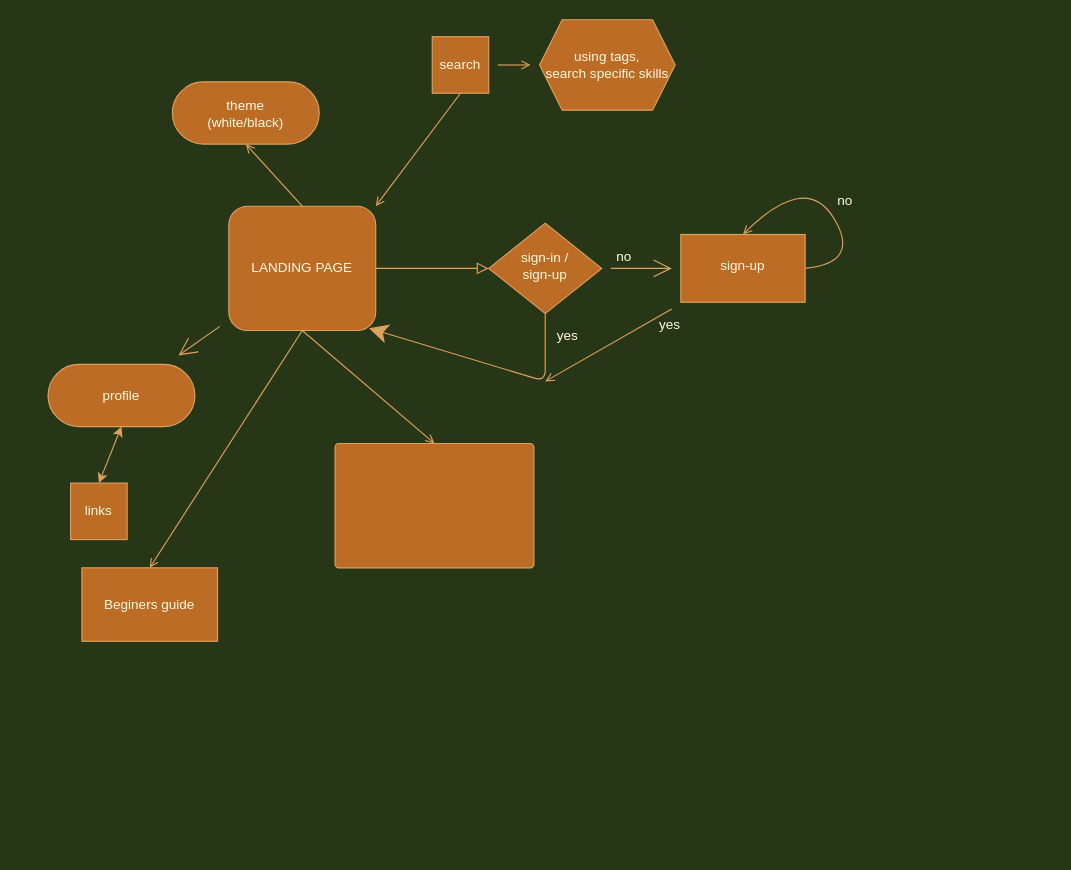
Before: Untitled Diagram.drawio in rahulrg1/linclon, a draw.io diagram. Source tidied: cells renumbered, new cells numbered last; positions are measured from the earlier drawing's top-left corner, leaving out a move shared by most shapes. Both pictures are drawn from the tidied source at 113%, with x=0, y=0 at pixel (47, 19).
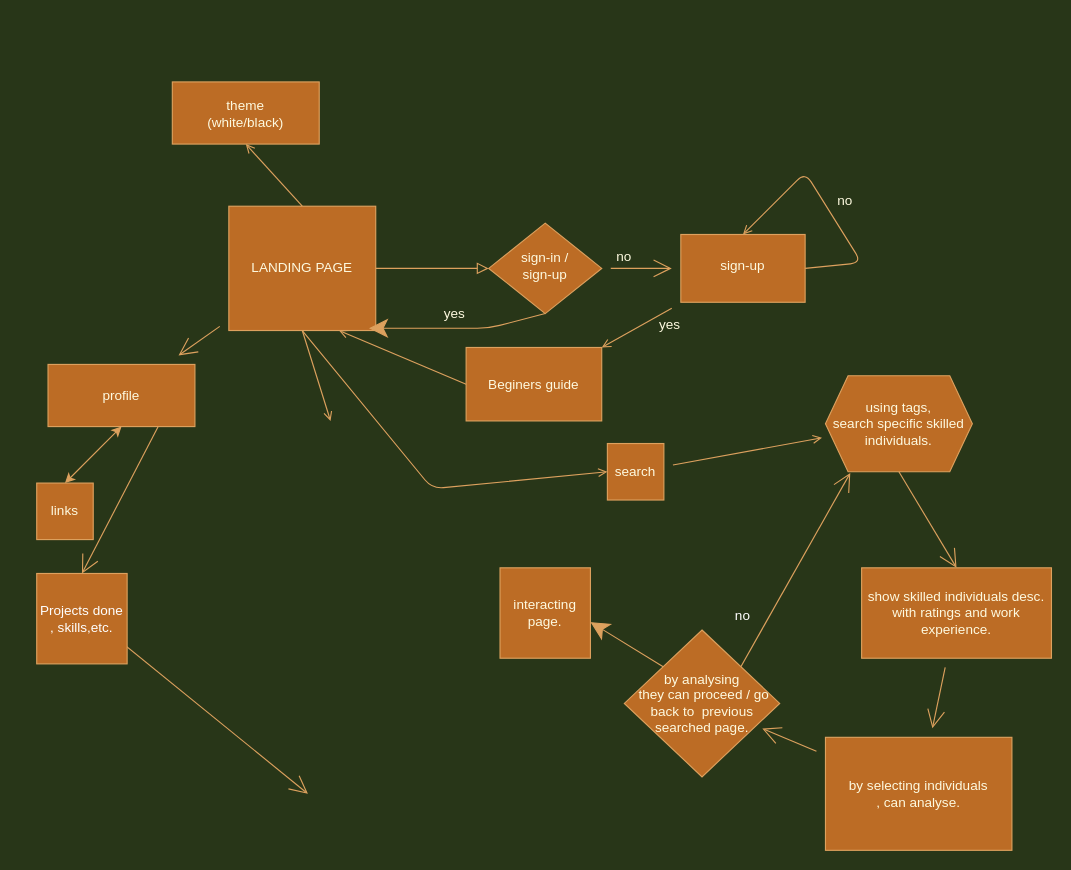
After the change.

Unchanged cells that the change refers to:
```xml
<mxCell id="8" value="sign-in /&lt;br&gt;sign-up&lt;br&gt;" style="rhombus;whiteSpace=wrap;html=1;shadow=0;fontFamily=Helvetica;fontSize=12;align=center;strokeWidth=1;spacing=6;spacingTop=-4;fillColor=#BC6C25;strokeColor=#DDA15E;fontColor=#FEFAE0;" parent="1" vertex="1">
  <mxGeometry x="390" y="180" width="100" height="80" as="geometry" />
</mxCell>
<mxCell id="12" value="sign-up" style="whiteSpace=wrap;html=1;shadow=0;fontColor=#FEFAE0;strokeColor=#DDA15E;strokeWidth=1;fillColor=#BC6C25;spacing=6;spacingTop=-4;" parent="1" vertex="1">
  <mxGeometry x="560" y="190" width="110" height="60" as="geometry" />
</mxCell>
```

Diff of the diagram source:
```diff
@@
-    <mxCell id="2" value="theme&lt;br&gt;(white/black)" style="rounded=1;whiteSpace=wrap;html=1;sketch=0;hachureGap=4;fontColor=#FEFAE0;strokeColor=#DDA15E;fillColor=#BC6C25;arcSize=50;" parent="1" vertex="1">
+    <mxCell id="2" value="theme&lt;br&gt;(white/black)" style="whiteSpace=wrap;html=1;hachureGap=4;fontColor=#FEFAE0;strokeColor=#DDA15E;fillColor=#BC6C25;arcSize=50;" parent="1" vertex="1">
       <mxGeometry x="110" y="55" width="130" height="55" as="geometry" />
     </mxCell>
-    <mxCell id="3" style="edgeStyle=none;curved=1;rounded=1;sketch=0;jettySize=auto;html=1;exitX=0.5;exitY=1;exitDx=0;exitDy=0;entryX=1;entryY=0;entryDx=0;entryDy=0;fontColor=#FEFAE0;endArrow=open;sourcePerimeterSpacing=8;targetPerimeterSpacing=8;strokeColor=#DDA15E;fillColor=#BC6C25;" parent="1" edge="1" source="5" target="17">
-      <mxGeometry relative="1" as="geometry" />
+    <mxCell id="3" style="edgeStyle=none;jettySize=auto;html=1;fontColor=#FEFAE0;endArrow=open;sourcePerimeterSpacing=8;targetPerimeterSpacing=8;strokeColor=#DDA15E;fillColor=#BC6C25;entryX=0;entryY=0.5;entryDx=0;entryDy=0;exitX=0.5;exitY=1;exitDx=0;exitDy=0;labelBackgroundColor=#283618;" parent="1" edge="1" source="17" target="5">
+      <mxGeometry relative="1" as="geometry">
+        <Array as="points">
+          <mxPoint x="340" y="415" />
+        </Array>
+      </mxGeometry>
     </mxCell>
-    <mxCell id="4" style="edgeStyle=none;curved=1;rounded=1;sketch=0;jettySize=auto;html=1;fontColor=#FEFAE0;endArrow=open;sourcePerimeterSpacing=8;targetPerimeterSpacing=8;strokeColor=#DDA15E;fillColor=#BC6C25;" parent="1" edge="1" source="5" target="25">
+    <mxCell id="4" style="edgeStyle=none;jettySize=auto;html=1;fontColor=#FEFAE0;endArrow=open;sourcePerimeterSpacing=8;targetPerimeterSpacing=8;strokeColor=#DDA15E;fillColor=#BC6C25;labelBackgroundColor=#283618;" parent="1" edge="1" source="5" target="25">
       <mxGeometry relative="1" as="geometry" />
     </mxCell>
-    <mxCell id="5" value="search" style="whiteSpace=wrap;html=1;rounded=0;sketch=0;hachureGap=4;fontColor=#FEFAE0;strokeColor=#DDA15E;fillColor=#BC6C25;" parent="1" vertex="1">
-      <mxGeometry x="340" y="15" width="50" height="50" as="geometry" />
+    <mxCell id="5" value="search" style="whiteSpace=wrap;html=1;hachureGap=4;fontColor=#FEFAE0;strokeColor=#DDA15E;fillColor=#BC6C25;" parent="1" vertex="1">
+      <mxGeometry x="495" y="375" width="50" height="50" as="geometry" />
     </mxCell>
-    <mxCell id="6" style="rounded=0;html=1;jettySize=auto;fontSize=11;endArrow=block;endFill=0;endSize=8;strokeWidth=1;shadow=0;labelBackgroundColor=none;edgeStyle=orthogonalEdgeStyle;strokeColor=#DDA15E;fontColor=#FEFAE0;exitX=1;exitY=0.5;exitDx=0;exitDy=0;" parent="1" edge="1" source="17" target="8">
+    <mxCell id="6" style="html=1;jettySize=auto;fontSize=11;endArrow=block;endFill=0;endSize=8;strokeWidth=1;shadow=0;labelBackgroundColor=none;edgeStyle=orthogonalEdgeStyle;strokeColor=#DDA15E;fontColor=#FEFAE0;exitX=1;exitY=0.5;exitDx=0;exitDy=0;" parent="1" edge="1" source="17" target="8">
       <mxGeometry relative="1" as="geometry" />
     </mxCell>
-    <mxCell id="7" style="edgeStyle=none;curved=1;rounded=1;sketch=0;jettySize=auto;html=1;fontColor=#FEFAE0;endArrow=open;startSize=14;endSize=14;sourcePerimeterSpacing=8;targetPerimeterSpacing=8;strokeColor=#DDA15E;fillColor=#BC6C25;" parent="1" edge="1" source="8" target="12">
+    <mxCell id="7" style="edgeStyle=none;jettySize=auto;html=1;fontColor=#FEFAE0;endArrow=open;startSize=14;endSize=14;sourcePerimeterSpacing=8;targetPerimeterSpacing=8;strokeColor=#DDA15E;fillColor=#BC6C25;labelBackgroundColor=#283618;" parent="1" edge="1" source="8" target="12">
       <mxGeometry relative="1" as="geometry" />
     </mxCell>
@@
-    <mxCell id="9" value="yes&lt;br&gt;" style="text;html=1;strokeColor=none;fillColor=none;align=center;verticalAlign=middle;whiteSpace=wrap;rounded=0;sketch=0;hachureGap=4;fontColor=#FEFAE0;" parent="1" vertex="1">
-      <mxGeometry x="440" y="270" width="40" height="20" as="geometry" />
+    <mxCell id="9" value="yes&lt;br&gt;" style="text;html=1;strokeColor=none;fillColor=none;align=center;verticalAlign=middle;whiteSpace=wrap;hachureGap=4;fontColor=#FEFAE0;" parent="1" vertex="1">
+      <mxGeometry x="340" y="250" width="40" height="20" as="geometry" />
     </mxCell>
-    <mxCell id="10" style="edgeStyle=none;curved=1;rounded=1;sketch=0;jettySize=auto;html=1;fontColor=#FEFAE0;endArrow=open;sourcePerimeterSpacing=8;targetPerimeterSpacing=8;strokeColor=#DDA15E;fillColor=#BC6C25;" parent="1" edge="1" source="12">
-      <mxGeometry relative="1" as="geometry">
-        <mxPoint x="440" y="320" as="targetPoint" />
-      </mxGeometry>
+    <mxCell id="10" style="edgeStyle=none;jettySize=auto;html=1;fontColor=#FEFAE0;endArrow=open;sourcePerimeterSpacing=8;targetPerimeterSpacing=8;strokeColor=#DDA15E;fillColor=#BC6C25;entryX=1;entryY=0;entryDx=0;entryDy=0;labelBackgroundColor=#283618;" parent="1" edge="1" source="12" target="26">
+      <mxGeometry relative="1" as="geometry" />
     </mxCell>
-    <mxCell id="11" style="edgeStyle=none;curved=1;rounded=1;sketch=0;orthogonalLoop=1;jettySize=auto;html=1;fontColor=#FEFAE0;endArrow=open;sourcePerimeterSpacing=8;targetPerimeterSpacing=8;strokeColor=#DDA15E;fillColor=#BC6C25;entryX=0.5;entryY=0;entryDx=0;entryDy=0;exitX=1;exitY=0.5;exitDx=0;exitDy=0;" parent="1" edge="1" source="12" target="12">
+    <mxCell id="11" style="edgeStyle=none;orthogonalLoop=1;jettySize=auto;html=1;fontColor=#FEFAE0;endArrow=open;sourcePerimeterSpacing=8;targetPerimeterSpacing=8;strokeColor=#DDA15E;fillColor=#BC6C25;entryX=0.5;entryY=0;entryDx=0;entryDy=0;exitX=1;exitY=0.5;exitDx=0;exitDy=0;labelBackgroundColor=#283618;" parent="1" edge="1" source="12" target="12">
       <mxGeometry relative="1" as="geometry">
         <Array as="points">
           <mxPoint x="720" y="215" />
           <mxPoint x="670" y="135" />
         </Array>
       </mxGeometry>
     </mxCell>
@@
-    <mxCell id="13" style="edgeStyle=none;curved=1;rounded=1;sketch=0;jettySize=auto;html=1;fontColor=#FEFAE0;endArrow=open;startSize=14;endSize=14;sourcePerimeterSpacing=8;targetPerimeterSpacing=8;strokeColor=#DDA15E;fillColor=#BC6C25;" parent="1" edge="1" source="17" target="21">
+    <mxCell id="13" style="edgeStyle=none;jettySize=auto;html=1;fontColor=#FEFAE0;endArrow=open;startSize=14;endSize=14;sourcePerimeterSpacing=8;targetPerimeterSpacing=8;strokeColor=#DDA15E;fillColor=#BC6C25;labelBackgroundColor=#283618;" parent="1" edge="1" source="17" target="21">
       <mxGeometry relative="1" as="geometry" />
     </mxCell>
-    <mxCell id="14" style="edgeStyle=none;curved=1;rounded=1;sketch=0;jettySize=auto;html=1;exitX=0.5;exitY=0;exitDx=0;exitDy=0;fontColor=#FEFAE0;endArrow=open;sourcePerimeterSpacing=8;targetPerimeterSpacing=8;strokeColor=#DDA15E;fillColor=#BC6C25;entryX=0.5;entryY=1;entryDx=0;entryDy=0;" parent="1" edge="1" source="17" target="2">
+    <mxCell id="14" style="edgeStyle=none;jettySize=auto;html=1;exitX=0.5;exitY=0;exitDx=0;exitDy=0;fontColor=#FEFAE0;endArrow=open;sourcePerimeterSpacing=8;targetPerimeterSpacing=8;strokeColor=#DDA15E;fillColor=#BC6C25;entryX=0.5;entryY=1;entryDx=0;entryDy=0;labelBackgroundColor=#283618;" parent="1" edge="1" source="17" target="2">
       <mxGeometry relative="1" as="geometry" />
     </mxCell>
-    <mxCell id="15" style="edgeStyle=none;curved=1;rounded=1;sketch=0;jettySize=auto;html=1;exitX=0.5;exitY=1;exitDx=0;exitDy=0;entryX=0.5;entryY=0;entryDx=0;entryDy=0;fontColor=#FEFAE0;endArrow=open;sourcePerimeterSpacing=8;targetPerimeterSpacing=8;strokeColor=#DDA15E;fillColor=#BC6C25;" parent="1" edge="1" source="17" target="26">
+    <mxCell id="15" style="edgeStyle=none;jettySize=auto;html=1;exitX=0;exitY=0.5;exitDx=0;exitDy=0;fontColor=#FEFAE0;endArrow=open;sourcePerimeterSpacing=8;targetPerimeterSpacing=8;strokeColor=#DDA15E;fillColor=#BC6C25;entryX=0.75;entryY=1;entryDx=0;entryDy=0;labelBackgroundColor=#283618;" parent="1" edge="1" source="26" target="17">
       <mxGeometry relative="1" as="geometry" />
     </mxCell>
-    <mxCell id="16" style="edgeStyle=none;curved=1;rounded=1;sketch=0;jettySize=auto;html=1;exitX=0.5;exitY=1;exitDx=0;exitDy=0;fontColor=#FEFAE0;endArrow=open;sourcePerimeterSpacing=8;targetPerimeterSpacing=8;strokeColor=#DDA15E;fillColor=#BC6C25;entryX=0.5;entryY=0;entryDx=0;entryDy=0;" parent="1" edge="1" source="17" target="27">
-      <mxGeometry relative="1" as="geometry" />
+    <mxCell id="16" style="edgeStyle=none;jettySize=auto;html=1;exitX=0.5;exitY=1;exitDx=0;exitDy=0;fontColor=#FEFAE0;endArrow=open;sourcePerimeterSpacing=8;targetPerimeterSpacing=8;strokeColor=#DDA15E;fillColor=#BC6C25;labelBackgroundColor=#283618;" parent="1" edge="1" source="17">
+      <mxGeometry relative="1" as="geometry">
+        <mxPoint x="250" y="355" as="targetPoint" />
+      </mxGeometry>
     </mxCell>
-    <mxCell id="17" value="LANDING PAGE" style="rounded=1;whiteSpace=wrap;html=1;sketch=0;hachureGap=4;fontColor=#FEFAE0;strokeColor=#DDA15E;fillColor=#BC6C25;" parent="1" vertex="1">
+    <mxCell id="17" value="LANDING PAGE" style="whiteSpace=wrap;html=1;hachureGap=4;fontColor=#FEFAE0;strokeColor=#DDA15E;fillColor=#BC6C25;" parent="1" vertex="1">
       <mxGeometry x="160" y="165" width="130" height="110" as="geometry" />
     </mxCell>
-    <mxCell id="18" value="no&lt;br&gt;" style="text;html=1;strokeColor=none;fillColor=none;align=center;verticalAlign=middle;whiteSpace=wrap;rounded=0;sketch=0;hachureGap=4;fontColor=#FEFAE0;" parent="1" vertex="1">
+    <mxCell id="18" value="no&lt;br&gt;" style="text;html=1;strokeColor=none;fillColor=none;align=center;verticalAlign=middle;whiteSpace=wrap;hachureGap=4;fontColor=#FEFAE0;" parent="1" vertex="1">
       <mxGeometry x="490" y="200" width="40" height="20" as="geometry" />
     </mxCell>
@@
+    <mxCell id="28" style="edgeStyle=none;jettySize=auto;html=1;exitX=0.75;exitY=1;exitDx=0;exitDy=0;endArrow=open;startSize=14;endSize=14;sourcePerimeterSpacing=8;targetPerimeterSpacing=8;strokeColor=#DDA15E;entryX=0.5;entryY=0;entryDx=0;entryDy=0;labelBackgroundColor=#283618;fontColor=#FEFAE0;" parent="1" edge="1" source="21" target="38">
+      <mxGeometry relative="1" as="geometry" />
+    </mxCell>
-    <mxCell id="21" value="profile&lt;br&gt;" style="rounded=1;whiteSpace=wrap;html=1;sketch=0;hachureGap=4;fontColor=#FEFAE0;strokeColor=#DDA15E;fillColor=#BC6C25;arcSize=50;" parent="1" vertex="1">
+    <mxCell id="21" value="profile&lt;br&gt;" style="whiteSpace=wrap;html=1;hachureGap=4;fontColor=#FEFAE0;strokeColor=#DDA15E;fillColor=#BC6C25;arcSize=50;" parent="1" vertex="1">
       <mxGeometry y="305" width="130" height="55" as="geometry" />
     </mxCell>
-    <mxCell id="22" style="endArrow=classic;html=1;fontColor=#FEFAE0;startSize=14;endSize=14;sourcePerimeterSpacing=8;targetPerimeterSpacing=8;strokeColor=#DDA15E;fillColor=#BC6C25;exitX=0.5;exitY=1;exitDx=0;exitDy=0;entryX=0.954;entryY=0.982;entryDx=0;entryDy=0;entryPerimeter=0;" parent="1" edge="1" source="8" target="17">
+    <mxCell id="22" style="endArrow=classic;html=1;fontColor=#FEFAE0;startSize=14;endSize=14;sourcePerimeterSpacing=8;targetPerimeterSpacing=8;strokeColor=#DDA15E;fillColor=#BC6C25;exitX=0.5;exitY=1;exitDx=0;exitDy=0;entryX=0.954;entryY=0.982;entryDx=0;entryDy=0;entryPerimeter=0;labelBackgroundColor=#283618;" parent="1" edge="1" source="8" target="17">
       <mxGeometry relative="1" as="geometry">
         <Array as="points">
-          <mxPoint x="440" y="320" />
+          <mxPoint x="390" y="273" />
         </Array>
       </mxGeometry>
     </mxCell>
-    <mxCell id="23" value="links" style="whiteSpace=wrap;html=1;rounded=0;sketch=0;hachureGap=4;fontColor=#FEFAE0;strokeColor=#DDA15E;fillColor=#BC6C25;" parent="1" vertex="1">
-      <mxGeometry x="20" y="410" width="50" height="50" as="geometry" />
+    <mxCell id="23" value="links" style="whiteSpace=wrap;html=1;hachureGap=4;fontColor=#FEFAE0;strokeColor=#DDA15E;fillColor=#BC6C25;" parent="1" vertex="1">
+      <mxGeometry x="-10" y="410" width="50" height="50" as="geometry" />
     </mxCell>
-    <mxCell id="24" style="endArrow=classic;startArrow=classic;html=1;fontColor=#FEFAE0;sourcePerimeterSpacing=8;targetPerimeterSpacing=8;strokeColor=#DDA15E;fillColor=#BC6C25;exitX=0.5;exitY=0;exitDx=0;exitDy=0;entryX=0.5;entryY=1;entryDx=0;entryDy=0;" parent="1" edge="1" source="23" target="21">
+    <mxCell id="24" style="endArrow=classic;startArrow=classic;html=1;fontColor=#FEFAE0;sourcePerimeterSpacing=8;targetPerimeterSpacing=8;strokeColor=#DDA15E;fillColor=#BC6C25;exitX=0.5;exitY=0;exitDx=0;exitDy=0;entryX=0.5;entryY=1;entryDx=0;entryDy=0;labelBackgroundColor=#283618;" parent="1" edge="1" source="23" target="21">
       <mxGeometry relative="1" as="geometry" />
     </mxCell>
+    <mxCell id="29" style="edgeStyle=none;jettySize=auto;html=1;exitX=0.5;exitY=1;exitDx=0;exitDy=0;entryX=0.5;entryY=0;entryDx=0;entryDy=0;endArrow=open;startSize=14;endSize=14;sourcePerimeterSpacing=8;targetPerimeterSpacing=8;fillColor=#BC6C25;strokeColor=#DDA15E;labelBackgroundColor=#283618;fontColor=#FEFAE0;" parent="1" edge="1" source="25" target="27">
+      <mxGeometry relative="1" as="geometry" />
+    </mxCell>
-    <mxCell id="25" value="using tags,&lt;br&gt;search specific skills" style="shape=hexagon;perimeter=hexagonPerimeter2;whiteSpace=wrap;html=1;fixedSize=1;rounded=0;fontColor=#FEFAE0;strokeColor=#DDA15E;fillColor=#BC6C25;sketch=0;hachureGap=4;" parent="1" vertex="1">
-      <mxGeometry x="435" width="120" height="80" as="geometry" />
+    <mxCell id="25" value="using tags,&lt;br&gt;search specific skilled&lt;br&gt;individuals." style="shape=hexagon;perimeter=hexagonPerimeter2;whiteSpace=wrap;html=1;fixedSize=1;fontColor=#FEFAE0;strokeColor=#DDA15E;fillColor=#BC6C25;hachureGap=4;" parent="1" vertex="1">
+      <mxGeometry x="688" y="315" width="130" height="85" as="geometry" />
     </mxCell>
-    <mxCell id="26" value="Beginers guide" style="rounded=1;whiteSpace=wrap;html=1;sketch=0;hachureGap=4;fontColor=#FEFAE0;strokeColor=#DDA15E;fillColor=#BC6C25;arcSize=0;" parent="1" vertex="1">
-      <mxGeometry x="30" y="485" width="120" height="65" as="geometry" />
+    <mxCell id="26" value="Beginers guide" style="whiteSpace=wrap;html=1;hachureGap=4;fontColor=#FEFAE0;strokeColor=#DDA15E;fillColor=#BC6C25;arcSize=0;" parent="1" vertex="1">
+      <mxGeometry x="370" y="290" width="120" height="65" as="geometry" />
     </mxCell>
+    <mxCell id="30" style="edgeStyle=none;jettySize=auto;html=1;endArrow=open;startSize=14;endSize=14;sourcePerimeterSpacing=8;targetPerimeterSpacing=8;strokeColor=#DDA15E;labelBackgroundColor=#283618;fontColor=#FEFAE0;" parent="1" edge="1" source="27" target="32">
+      <mxGeometry relative="1" as="geometry" />
+    </mxCell>
-    <mxCell id="27" value="&amp;nbsp;" style="rounded=1;whiteSpace=wrap;html=1;sketch=0;hachureGap=4;fontColor=#FEFAE0;strokeColor=#DDA15E;fillColor=#BC6C25;arcSize=3;" parent="1" vertex="1">
-      <mxGeometry x="254" y="375" width="176" height="110" as="geometry" />
+    <mxCell id="27" value="show skilled individuals desc.&lt;br&gt;with ratings and work experience." style="whiteSpace=wrap;html=1;hachureGap=4;fontColor=#FEFAE0;strokeColor=#DDA15E;fillColor=#BC6C25;arcSize=50;" parent="1" vertex="1">
+      <mxGeometry x="720" y="485" width="168" height="80" as="geometry" />
     </mxCell>
+    <mxCell id="31" style="edgeStyle=none;jettySize=auto;html=1;endArrow=open;startSize=14;endSize=14;sourcePerimeterSpacing=8;targetPerimeterSpacing=8;strokeColor=#DDA15E;labelBackgroundColor=#283618;fontColor=#FEFAE0;" parent="1" edge="1" source="32" target="34">
+      <mxGeometry relative="1" as="geometry" />
+    </mxCell>
+    <mxCell id="32" value="by selecting individuals&lt;br&gt;, can analyse." style="whiteSpace=wrap;html=1;fontColor=#FEFAE0;strokeColor=#DDA15E;fillColor=#BC6C25;arcSize=50;hachureGap=4;" parent="1" vertex="1">
+      <mxGeometry x="688" y="635" width="165" height="100" as="geometry" />
+    </mxCell>
+    <mxCell id="33" style="edgeStyle=none;jettySize=auto;html=1;exitX=1;exitY=0;exitDx=0;exitDy=0;entryX=0.169;entryY=1.012;entryDx=0;entryDy=0;entryPerimeter=0;endArrow=open;startSize=14;endSize=14;sourcePerimeterSpacing=8;targetPerimeterSpacing=8;strokeColor=#DDA15E;labelBackgroundColor=#283618;fontColor=#FEFAE0;" parent="1" edge="1" source="34" target="25">
+      <mxGeometry relative="1" as="geometry" />
+    </mxCell>
+    <mxCell id="34" value="by analysing&lt;br&gt;&amp;nbsp;they can proceed / go back to&amp;nbsp; previous&lt;br&gt;searched&amp;nbsp;page." style="rhombus;whiteSpace=wrap;html=1;fontColor=#FEFAE0;strokeColor=#DDA15E;fillColor=#BC6C25;arcSize=0;hachureGap=4;" parent="1" vertex="1">
+      <mxGeometry x="510" y="540" width="137.5" height="130" as="geometry" />
+    </mxCell>
+    <mxCell id="35" value="interacting page." style="whiteSpace=wrap;html=1;hachureGap=4;fillColor=#BC6C25;strokeColor=#DDA15E;fontColor=#FEFAE0;" parent="1" vertex="1">
+      <mxGeometry x="400" y="485" width="80" height="80" as="geometry" />
+    </mxCell>
+    <mxCell id="36" style="endArrow=classic;html=1;startSize=14;endSize=14;sourcePerimeterSpacing=8;targetPerimeterSpacing=8;strokeColor=#DDA15E;exitX=0;exitY=0;exitDx=0;exitDy=0;entryX=1;entryY=0.6;entryDx=0;entryDy=0;entryPerimeter=0;labelBackgroundColor=#283618;fontColor=#FEFAE0;" parent="1" edge="1" source="34" target="35">
+      <mxGeometry relative="1" as="geometry" />
+    </mxCell>
+    <mxCell id="37" style="edgeStyle=none;jettySize=auto;html=1;exitX=0;exitY=0;exitDx=0;exitDy=0;endArrow=open;startSize=14;endSize=14;sourcePerimeterSpacing=8;targetPerimeterSpacing=8;strokeColor=#DDA15E;labelBackgroundColor=#283618;fontColor=#FEFAE0;" parent="1" edge="1" source="38">
+      <mxGeometry relative="1" as="geometry">
+        <mxPoint x="230" y="685" as="targetPoint" />
+      </mxGeometry>
+    </mxCell>
+    <mxCell id="38" value="&lt;font color=&quot;#ffffff&quot;&gt;Projects done&lt;br&gt;, skills,etc.&lt;br&gt;&lt;/font&gt;" style="whiteSpace=wrap;html=1;hachureGap=4;strokeColor=#DDA15E;fillColor=#BC6C25;fontColor=#FEFAE0;" parent="1" vertex="1">
+      <mxGeometry x="-10" y="490" width="80" height="80" as="geometry" />
+    </mxCell>
+    <mxCell id="39" value="&lt;font color=&quot;#ffffff&quot;&gt;no&lt;br&gt;&lt;br&gt;&lt;/font&gt;" style="text;html=1;align=center;verticalAlign=middle;whiteSpace=wrap;hachureGap=4;fontColor=#FEFAE0;" parent="1" vertex="1">
+      <mxGeometry x="595" y="525" width="40" height="20" as="geometry" />
+    </mxCell>
```
